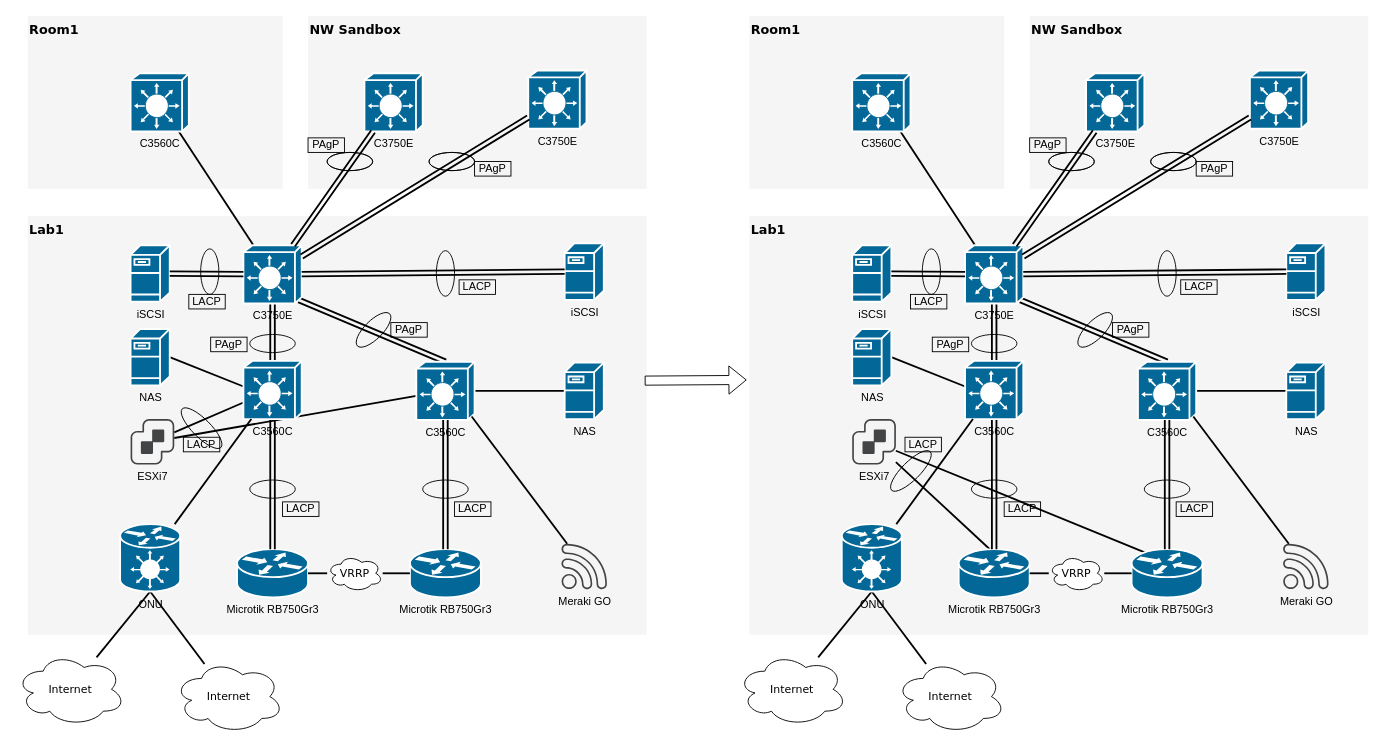
hirofumihida/drowio-home keeps this draw.io diagram as HomeNetwork_plan1.drawio. Above is the earlier version. Source tidied: cells renumbered, new cells numbered last; positions are measured from the earlier drawing's top-left corner, leaving out a move shared by most shapes. Both pictures are drawn from the tidied source at 91%, with x=0, y=0 at pixel (15, 15).
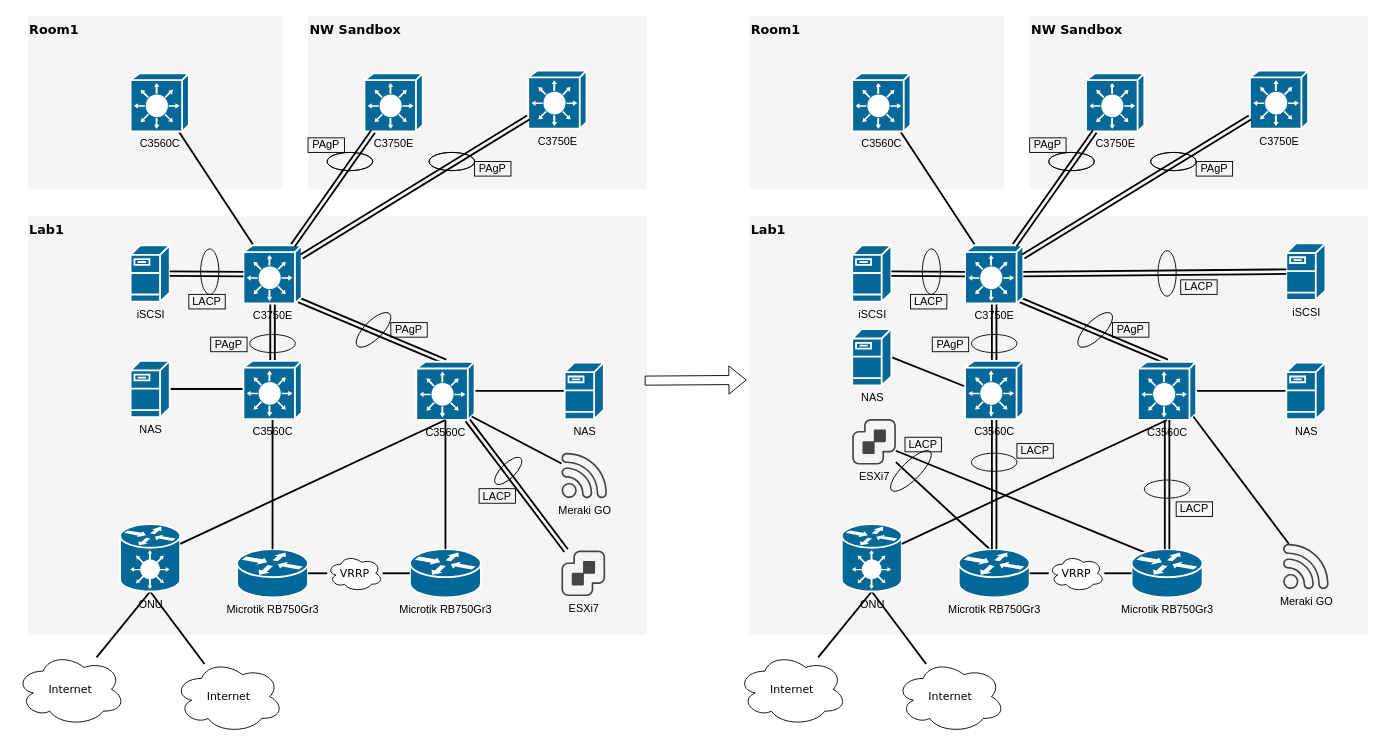
Above is the later version.

Commit message (it also covers changes not shown here):
HomeNetwork_plan1.drawio を更新します

Unchanged cells that the change refers to:
```xml
<mxCell id="13" value="&lt;span style=&quot;font-family: Helvetica;&quot;&gt;Microtik&amp;nbsp;&lt;/span&gt;&lt;font face=&quot;Helvetica&quot;&gt;RB750Gr3&lt;/font&gt;" style="shape=mxgraph.cisco.routers.router;html=1;dashed=0;fillColor=#036897;strokeColor=#ffffff;strokeWidth=2;verticalLabelPosition=bottom;verticalAlign=top;rounded=0;shadow=0;comic=0;fontFamily=Verdana;fontSize=12;" parent="1" vertex="1">
  <mxGeometry x="243" y="586" width="78" height="53" as="geometry" />
</mxCell>
<mxCell id="15" value="&lt;span style=&quot;font-family: Helvetica;&quot;&gt;Microtik&amp;nbsp;&lt;/span&gt;&lt;font face=&quot;Helvetica&quot;&gt;RB750Gr3&lt;/font&gt;" style="shape=mxgraph.cisco.routers.router;html=1;dashed=0;fillColor=#036897;strokeColor=#ffffff;strokeWidth=2;verticalLabelPosition=bottom;verticalAlign=top;rounded=0;shadow=0;comic=0;fontFamily=Verdana;fontSize=12;" parent="1" vertex="1">
  <mxGeometry x="433" y="586" width="78" height="53" as="geometry" />
</mxCell>
<mxCell id="18" value="C3560C" style="shape=mxgraph.cisco.switches.layer_3_switch;sketch=0;html=1;dashed=0;fillColor=#036897;strokeColor=#ffffff;strokeWidth=2;verticalLabelPosition=bottom;verticalAlign=top;align=center;outlineConnect=0;" parent="1" vertex="1">
  <mxGeometry x="440" y="380" width="64" height="64" as="geometry" />
</mxCell>
<mxCell id="19" value="C3750E" style="shape=mxgraph.cisco.switches.layer_3_switch;sketch=0;html=1;dashed=0;fillColor=#036897;strokeColor=#ffffff;strokeWidth=2;verticalLabelPosition=bottom;verticalAlign=top;align=center;outlineConnect=0;" parent="1" vertex="1">
  <mxGeometry x="250" y="252" width="64" height="64" as="geometry" />
</mxCell>
<mxCell id="29" value="C3560C" style="shape=mxgraph.cisco.switches.layer_3_switch;sketch=0;html=1;dashed=0;fillColor=#036897;strokeColor=#ffffff;strokeWidth=2;verticalLabelPosition=bottom;verticalAlign=top;align=center;outlineConnect=0;" parent="1" vertex="1">
  <mxGeometry x="250" y="379" width="64" height="64" as="geometry" />
</mxCell>
<mxCell id="58" value="ONU" style="shape=mxgraph.cisco.hubs_and_gateways.generic_gateway;sketch=0;html=1;dashed=0;fillColor=#036897;strokeColor=#ffffff;strokeWidth=2;verticalLabelPosition=bottom;verticalAlign=top;align=center;outlineConnect=0;" parent="1" vertex="1">
  <mxGeometry x="114.5" y="558.5" width="66" height="74" as="geometry" />
</mxCell>
<mxCell id="79" value="C3560C" style="shape=mxgraph.cisco.switches.layer_3_switch;sketch=0;html=1;dashed=0;fillColor=#036897;strokeColor=#ffffff;strokeWidth=2;verticalLabelPosition=bottom;verticalAlign=top;align=center;outlineConnect=0;" parent="1" vertex="1">
  <mxGeometry x="1233" y="380" width="64" height="64" as="geometry" />
</mxCell>
<mxCell id="90" value="C3560C" style="shape=mxgraph.cisco.switches.layer_3_switch;sketch=0;html=1;dashed=0;fillColor=#036897;strokeColor=#ffffff;strokeWidth=2;verticalLabelPosition=bottom;verticalAlign=top;align=center;outlineConnect=0;" parent="1" vertex="1">
  <mxGeometry x="1043" y="379" width="64" height="64" as="geometry" />
</mxCell>
<mxCell id="118" value="ONU" style="shape=mxgraph.cisco.hubs_and_gateways.generic_gateway;sketch=0;html=1;dashed=0;fillColor=#036897;strokeColor=#ffffff;strokeWidth=2;verticalLabelPosition=bottom;verticalAlign=top;align=center;outlineConnect=0;" parent="1" vertex="1">
  <mxGeometry x="907.5" y="558.5" width="66" height="74" as="geometry" />
</mxCell>
```

Change to the diagram source:
```diff
@@
-    <mxCell id="5" style="edgeStyle=none;html=1;labelBackgroundColor=none;startFill=0;endArrow=none;endFill=0;strokeWidth=2;fontFamily=Verdana;fontSize=12;" parent="1" edge="1" source="29" target="20">
+    <mxCell id="5" style="edgeStyle=none;html=1;labelBackgroundColor=none;startFill=0;endArrow=none;endFill=0;strokeWidth=2;fontFamily=Verdana;fontSize=12;shape=link;" parent="1" edge="1" source="18" target="20">
       <mxGeometry relative="1" as="geometry" />
     </mxCell>
-    <mxCell id="6" style="edgeStyle=none;html=1;labelBackgroundColor=none;startFill=0;endArrow=none;endFill=0;strokeWidth=2;fontFamily=Verdana;fontSize=12;" parent="1" edge="1" source="18" target="20">
-      <mxGeometry relative="1" as="geometry" />
-    </mxCell>
@@
     <mxCell id="20" value="ESXi7" style="sketch=0;shadow=0;dashed=0;html=1;strokeColor=none;fillColor=#434445;labelPosition=center;verticalLabelPosition=bottom;verticalAlign=top;align=center;outlineConnect=0;shape=mxgraph.vvd.vcenter_server;" parent="1" vertex="1">
-      <mxGeometry x="126" y="443" width="48" height="50" as="geometry" />
+      <mxGeometry x="599.5" y="587.5" width="48" height="50" as="geometry" />
     </mxCell>
@@
     <mxCell id="22" value="NAS" style="shape=mxgraph.cisco.servers.fileserver;html=1;dashed=0;fillColor=#036897;strokeColor=#ffffff;strokeWidth=2;verticalLabelPosition=bottom;verticalAlign=top;align=center;outlineConnect=0;" parent="1" vertex="1">
-      <mxGeometry x="126" y="344" width="43" height="62" as="geometry" />
+      <mxGeometry x="126" y="379" width="43" height="62" as="geometry" />
     </mxCell>
@@
-    <mxCell id="27" value="iSCSI" style="shape=mxgraph.cisco.servers.fileserver;html=1;dashed=0;fillColor=#036897;strokeColor=#ffffff;strokeWidth=2;verticalLabelPosition=bottom;verticalAlign=top;align=center;outlineConnect=0;" parent="1" vertex="1">
-      <mxGeometry x="603" y="250" width="43" height="62" as="geometry" />
-    </mxCell>
-    <mxCell id="28" style="edgeStyle=none;html=1;labelBackgroundColor=none;startFill=0;endArrow=none;endFill=0;strokeWidth=2;fontFamily=Verdana;fontSize=12;entryX=0.5;entryY=0;entryDx=0;entryDy=0;entryPerimeter=0;shape=link;" parent="1" edge="1" source="29" target="13">
+    <mxCell id="28" style="edgeStyle=none;html=1;labelBackgroundColor=none;startFill=0;endArrow=none;endFill=0;strokeWidth=2;fontFamily=Verdana;fontSize=12;entryX=0.5;entryY=0;entryDx=0;entryDy=0;entryPerimeter=0;" parent="1" edge="1" source="29" target="13">
       <mxGeometry relative="1" as="geometry" />
     </mxCell>
@@
-    <mxCell id="30" style="edgeStyle=none;html=1;labelBackgroundColor=none;startFill=0;endArrow=none;endFill=0;strokeWidth=2;fontFamily=Verdana;fontSize=12;shape=link;exitX=0.5;exitY=1;exitDx=0;exitDy=0;exitPerimeter=0;" parent="1" edge="1" source="18" target="15">
+    <mxCell id="30" style="edgeStyle=none;html=1;labelBackgroundColor=none;startFill=0;endArrow=none;endFill=0;strokeWidth=2;fontFamily=Verdana;fontSize=12;exitX=0.5;exitY=1;exitDx=0;exitDy=0;exitPerimeter=0;" parent="1" edge="1" source="18" target="15">
       <mxGeometry relative="1" as="geometry" />
     </mxCell>
@@
-    <mxCell id="32" style="edgeStyle=none;html=1;labelBackgroundColor=none;startFill=0;endArrow=none;endFill=0;strokeWidth=2;fontFamily=Verdana;fontSize=12;shape=link;entryX=0;entryY=0.5;entryDx=0;entryDy=0;entryPerimeter=0;" parent="1" edge="1" source="19" target="27">
-      <mxGeometry relative="1" as="geometry" />
-    </mxCell>
@@
-    <mxCell id="34" style="ellipse;whiteSpace=wrap;html=1;fillColor=none;" parent="1" vertex="1">
-      <mxGeometry x="447" y="510" width="50" height="20" as="geometry" />
-    </mxCell>
-    <mxCell id="35" style="ellipse;whiteSpace=wrap;html=1;fillColor=none;" parent="1" vertex="1">
-      <mxGeometry x="257" y="510" width="50" height="20" as="geometry" />
-    </mxCell>
@@
-    <mxCell id="39" style="ellipse;whiteSpace=wrap;html=1;fillColor=none;direction=south;" parent="1" vertex="1">
-      <mxGeometry x="462" y="258" width="20" height="50" as="geometry" />
-    </mxCell>
@@
     <mxCell id="45" value="Meraki GO" style="sketch=0;shadow=0;dashed=0;html=1;strokeColor=none;fillColor=#434445;labelPosition=center;verticalLabelPosition=bottom;verticalAlign=top;align=center;outlineConnect=0;shape=mxgraph.vvd.wi_fi;" parent="1" vertex="1">
-      <mxGeometry x="599.5" y="580" width="50" height="50" as="geometry" />
+      <mxGeometry x="599.5" y="480" width="50" height="50" as="geometry" />
     </mxCell>
@@
-    <mxCell id="47" style="ellipse;whiteSpace=wrap;html=1;fillColor=none;direction=west;rotation=45;" parent="1" vertex="1">
-      <mxGeometry x="174" y="443" width="60" height="20" as="geometry" />
+    <mxCell id="47" style="ellipse;whiteSpace=wrap;html=1;fillColor=none;direction=north;rotation=45;" parent="1" vertex="1">
+      <mxGeometry x="533" y="480.5" width="16" height="39" as="geometry" />
     </mxCell>
-    <mxCell id="48" value="LACP" style="rounded=0;whiteSpace=wrap;html=1;fillColor=none;" parent="1" vertex="1">
-      <mxGeometry x="482" y="534" width="40" height="16" as="geometry" />
-    </mxCell>
-    <mxCell id="49" value="LACP" style="rounded=0;whiteSpace=wrap;html=1;fillColor=none;" parent="1" vertex="1">
-      <mxGeometry x="293" y="534" width="40" height="16" as="geometry" />
-    </mxCell>
     <mxCell id="50" value="LACP" style="rounded=0;whiteSpace=wrap;html=1;fillColor=none;" parent="1" vertex="1">
-      <mxGeometry x="184" y="463" width="40" height="16" as="geometry" />
+      <mxGeometry x="509" y="519.5" width="40" height="16" as="geometry" />
     </mxCell>
-    <mxCell id="51" value="LACP" style="rounded=0;whiteSpace=wrap;html=1;fillColor=none;" parent="1" vertex="1">
-      <mxGeometry x="487" y="290" width="40" height="16" as="geometry" />
-    </mxCell>
@@
-    <mxCell id="62" style="edgeStyle=none;html=1;labelBackgroundColor=none;startFill=0;endArrow=none;endFill=0;strokeWidth=2;fontFamily=Verdana;fontSize=12;" parent="1" edge="1" source="58" target="29">
+    <mxCell id="62" style="edgeStyle=none;html=1;labelBackgroundColor=none;startFill=0;endArrow=none;endFill=0;strokeWidth=2;fontFamily=Verdana;fontSize=12;entryX=0.5;entryY=1;entryDx=0;entryDy=0;entryPerimeter=0;" parent="1" edge="1" source="58" target="18">
       <mxGeometry relative="1" as="geometry" />
     </mxCell>
@@
     <mxCell id="96" style="ellipse;whiteSpace=wrap;html=1;fillColor=none;" parent="1" vertex="1">
-      <mxGeometry x="1050" y="510" width="50" height="20" as="geometry" />
+      <mxGeometry x="1050" y="480.5" width="50" height="20" as="geometry" />
     </mxCell>
@@
     <mxCell id="110" value="LACP" style="rounded=0;whiteSpace=wrap;html=1;fillColor=none;" parent="1" vertex="1">
-      <mxGeometry x="1086" y="534" width="40" height="16" as="geometry" />
+      <mxGeometry x="1100" y="470" width="40" height="16" as="geometry" />
     </mxCell>
@@
-    <mxCell id="122" style="edgeStyle=none;html=1;labelBackgroundColor=none;startFill=0;endArrow=none;endFill=0;strokeWidth=2;fontFamily=Verdana;fontSize=12;" parent="1" edge="1" source="118" target="90">
+    <mxCell id="122" style="edgeStyle=none;html=1;labelBackgroundColor=none;startFill=0;endArrow=none;endFill=0;strokeWidth=2;fontFamily=Verdana;fontSize=12;entryX=0.5;entryY=1;entryDx=0;entryDy=0;entryPerimeter=0;" parent="1" edge="1" source="118" target="79">
       <mxGeometry relative="1" as="geometry" />
     </mxCell>
```
